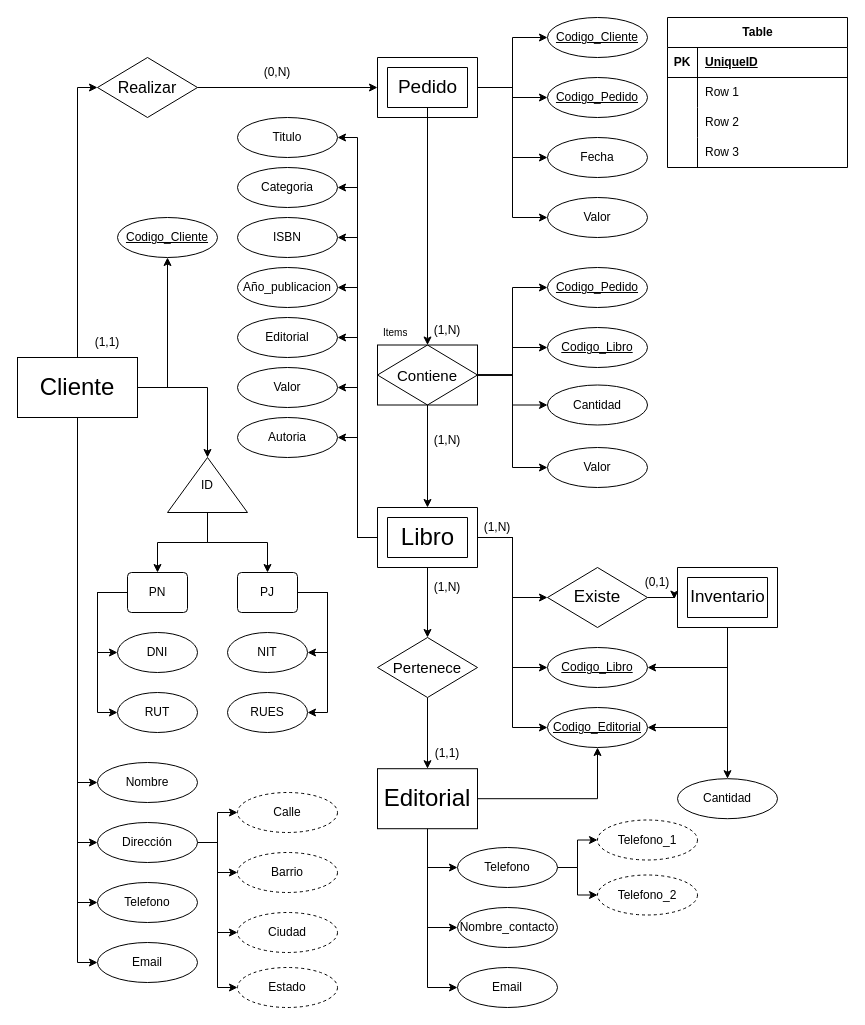
MattLudu/portfolio keeps this draw.io diagram as Diagrama sin título.drawio. Above is the earlier version. Source tidied: cells renumbered, new cells numbered last; positions are measured from the earlier drawing's top-left corner, leaving out a move shared by most shapes. Both pictures are drawn from the tidied source at 100%, with x=0, y=0 at pixel (17, 17).
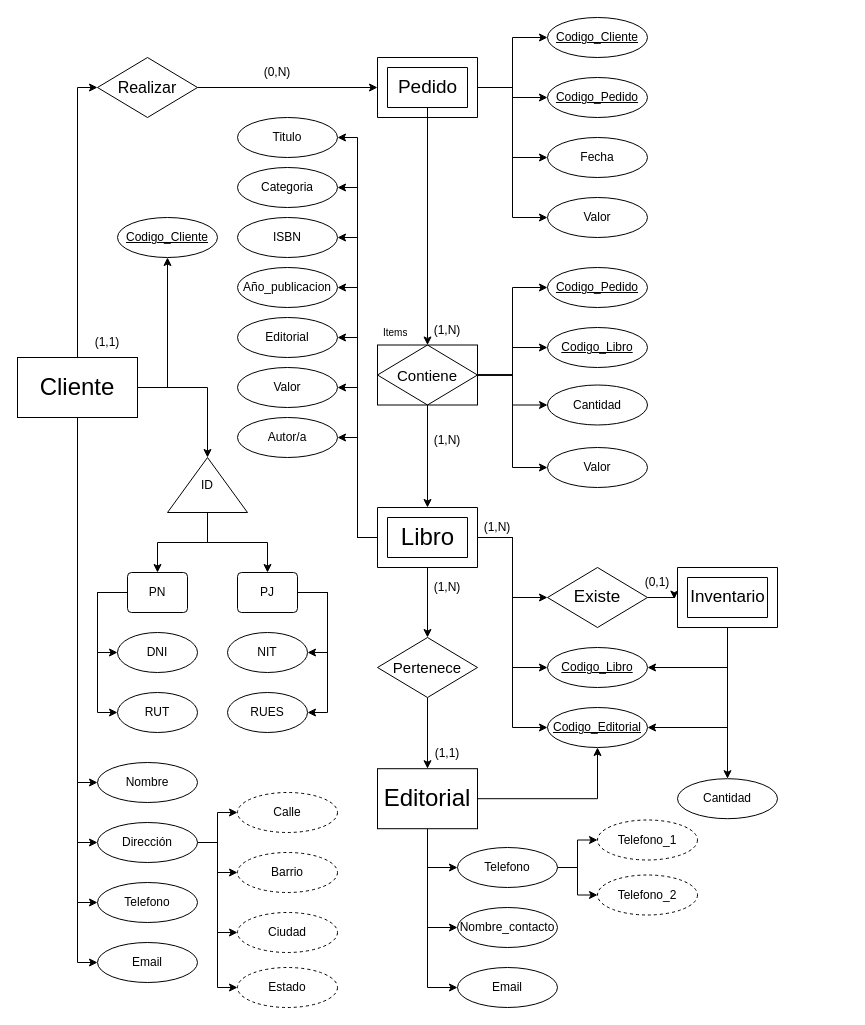
The same diagram, later.

What changed in the source:
```diff
@@
-    <mxCell id="83" value="Autoria" style="ellipse;whiteSpace=wrap;html=1;align=center;" parent="1" vertex="1">
+    <mxCell id="83" value="Autor/a" style="ellipse;whiteSpace=wrap;html=1;align=center;" parent="1" vertex="1">
       <mxGeometry x="220" y="400" width="100" height="40" as="geometry" />
     </mxCell>
@@
-    <mxCell id="115" value="Table" style="shape=table;startSize=30;childLayout=tableLayout;rowLines=0;fontStyle=1;align=center;html=1;" parent="1" vertex="1">
-      <mxGeometry x="650" width="180" height="150" as="geometry" />
-    </mxCell>
-    <mxCell id="116" style="shape=tableRow;horizontal=0;startSize=0;swimlaneHead=0;swimlaneBody=0;fillColor=none;top=0;left=0;right=0;bottom=1;" parent="115" vertex="1">
-      <mxGeometry y="30" width="180" height="30" as="geometry" />
-    </mxCell>
-    <mxCell id="117" value="PK" style="shape=partialRectangle;fillColor=none;top=0;left=0;bottom=0;right=0;fontStyle=1;overflow=hidden;whiteSpace=wrap;html=1;" parent="116" vertex="1">
-      <mxGeometry width="30" height="30" as="geometry" />
-    </mxCell>
-    <mxCell id="118" value="UniqueID" style="shape=partialRectangle;fillColor=none;top=0;left=0;bottom=0;right=0;align=left;spacingLeft=6;fontStyle=5;overflow=hidden;whiteSpace=wrap;html=1;" parent="116" vertex="1">
-      <mxGeometry x="30" width="150" height="30" as="geometry" />
-    </mxCell>
-    <mxCell id="119" style="shape=tableRow;horizontal=0;startSize=0;swimlaneHead=0;swimlaneBody=0;fillColor=none;top=0;left=0;right=0;bottom=0;" parent="115" vertex="1">
-      <mxGeometry y="60" width="180" height="30" as="geometry" />
-    </mxCell>
-    <mxCell id="120" style="shape=partialRectangle;fillColor=none;top=0;left=0;bottom=0;right=0;overflow=hidden;whiteSpace=wrap;html=1;" parent="119" vertex="1">
-      <mxGeometry width="30" height="30" as="geometry" />
-    </mxCell>
-    <mxCell id="121" value="Row 1" style="shape=partialRectangle;fillColor=none;top=0;left=0;bottom=0;right=0;align=left;spacingLeft=6;overflow=hidden;whiteSpace=wrap;html=1;" parent="119" vertex="1">
-      <mxGeometry x="30" width="150" height="30" as="geometry" />
-    </mxCell>
-    <mxCell id="122" style="shape=tableRow;horizontal=0;startSize=0;swimlaneHead=0;swimlaneBody=0;fillColor=none;top=0;left=0;right=0;bottom=0;" parent="115" vertex="1">
-      <mxGeometry y="90" width="180" height="30" as="geometry" />
-    </mxCell>
-    <mxCell id="123" style="shape=partialRectangle;fillColor=none;top=0;left=0;bottom=0;right=0;overflow=hidden;whiteSpace=wrap;html=1;" parent="122" vertex="1">
-      <mxGeometry width="30" height="30" as="geometry" />
-    </mxCell>
-    <mxCell id="124" value="Row 2" style="shape=partialRectangle;fillColor=none;top=0;left=0;bottom=0;right=0;align=left;spacingLeft=6;overflow=hidden;whiteSpace=wrap;html=1;" parent="122" vertex="1">
-      <mxGeometry x="30" width="150" height="30" as="geometry" />
-    </mxCell>
-    <mxCell id="125" style="shape=tableRow;horizontal=0;startSize=0;swimlaneHead=0;swimlaneBody=0;fillColor=none;top=0;left=0;right=0;bottom=0;" parent="115" vertex="1">
-      <mxGeometry y="120" width="180" height="30" as="geometry" />
-    </mxCell>
-    <mxCell id="126" style="shape=partialRectangle;fillColor=none;top=0;left=0;bottom=0;right=0;overflow=hidden;whiteSpace=wrap;html=1;" parent="125" vertex="1">
-      <mxGeometry width="30" height="30" as="geometry" />
-    </mxCell>
-    <mxCell id="127" value="Row 3" style="shape=partialRectangle;fillColor=none;top=0;left=0;bottom=0;right=0;align=left;spacingLeft=6;overflow=hidden;whiteSpace=wrap;html=1;" parent="125" vertex="1">
-      <mxGeometry x="30" width="150" height="30" as="geometry" />
-    </mxCell>
```
